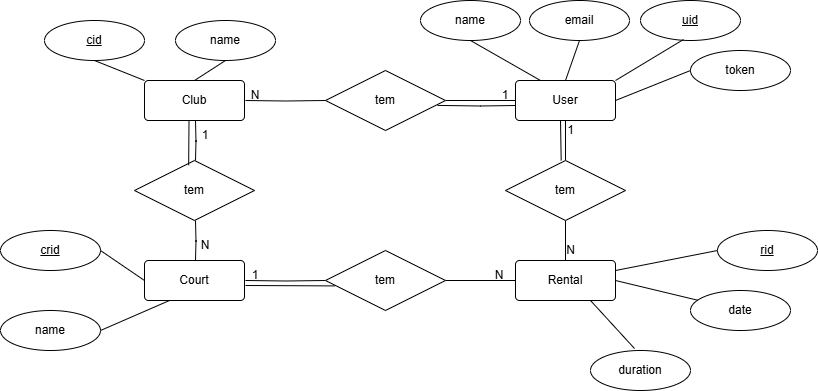
Earlier version of the draw.io export docs/Entity-Relationship.png (RicardoGomes07/padel-management-app). Source tidied: cells renumbered, new cells last; positions are measured from the earlier drawing's top-left corner, leaving out a move shared by most shapes.
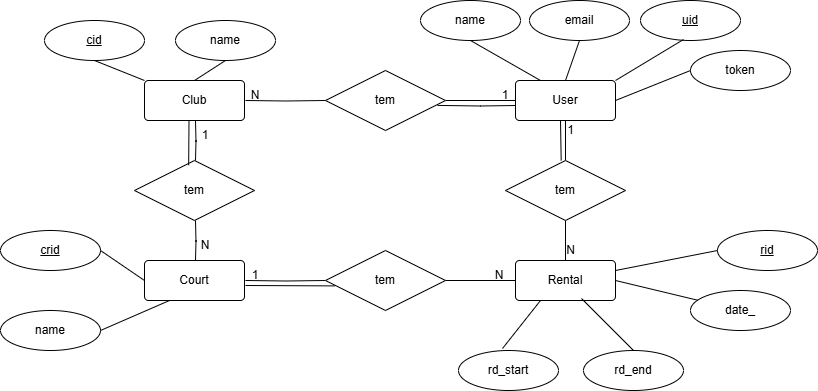
Later version of the same file.

The edit, as a diff of the source:
```diff
@@ -142,16 +142,16 @@
     <mxCell id="42" style="endArrow=none;html=1;rounded=0;entryX=0;entryY=0.5;entryDx=0;entryDy=0;exitX=1;exitY=0.25;exitDx=0;exitDy=0;" parent="1" edge="1" source="7" target="41">
       <mxGeometry relative="1" as="geometry" />
     </mxCell>
-    <mxCell id="43" value="date" style="ellipse;whiteSpace=wrap;html=1;align=center;" parent="1" vertex="1">
+    <mxCell id="43" value="date_" style="ellipse;whiteSpace=wrap;html=1;align=center;" parent="1" vertex="1">
       <mxGeometry x="690" y="290" width="100" height="40" as="geometry" />
     </mxCell>
     <mxCell id="44" style="endArrow=none;html=1;rounded=0;exitX=1;exitY=0.5;exitDx=0;exitDy=0;" parent="1" edge="1" source="7" target="43">
       <mxGeometry relative="1" as="geometry" />
     </mxCell>
-    <mxCell id="45" value="duration" style="ellipse;whiteSpace=wrap;html=1;align=center;" parent="1" vertex="1">
-      <mxGeometry x="590" y="350" width="100" height="40" as="geometry" />
+    <mxCell id="45" value="rd_start" style="ellipse;whiteSpace=wrap;html=1;align=center;" parent="1" vertex="1">
+      <mxGeometry x="458" y="350" width="100" height="40" as="geometry" />
     </mxCell>
-    <mxCell id="46" style="endArrow=none;html=1;rounded=0;entryX=0.75;entryY=1;entryDx=0;entryDy=0;exitX=0.44;exitY=-0.05;exitDx=0;exitDy=0;exitPerimeter=0;" parent="1" edge="1" source="45" target="7">
+    <mxCell id="46" style="endArrow=none;html=1;rounded=0;entryX=0.25;entryY=1;entryDx=0;entryDy=0;exitX=0.44;exitY=-0.05;exitDx=0;exitDy=0;exitPerimeter=0;" parent="1" edge="1" source="45" target="7">
       <mxGeometry relative="1" as="geometry" />
     </mxCell>
     <mxCell id="47" style="edgeStyle=orthogonalEdgeStyle;rounded=0;jettySize=auto;html=1;exitX=0.5;exitY=1;exitDx=0;exitDy=0;entryX=0.5;entryY=0;entryDx=0;entryDy=0;endArrow=none;startFill=0;" parent="1" edge="1" source="48" target="7">
@@ -169,5 +169,11 @@
     <mxCell id="51" value="N" style="text;html=1;align=center;verticalAlign=middle;whiteSpace=wrap;rounded=0;" parent="1" vertex="1">
       <mxGeometry x="558" y="240" width="25" height="20" as="geometry" />
     </mxCell>
+    <mxCell id="52" value="rd_end" style="ellipse;whiteSpace=wrap;html=1;align=center;" parent="1" vertex="1">
+      <mxGeometry x="583" y="350" width="100" height="40" as="geometry" />
+    </mxCell>
+    <mxCell id="53" style="endArrow=none;html=1;rounded=0;entryX=0.66;entryY=0.95;entryDx=0;entryDy=0;exitX=0.5;exitY=0;exitDx=0;exitDy=0;entryPerimeter=0;" parent="1" edge="1" source="52" target="7">
+      <mxGeometry relative="1" as="geometry" />
+    </mxCell>
   </root>
 </mxGraphModel>
```
